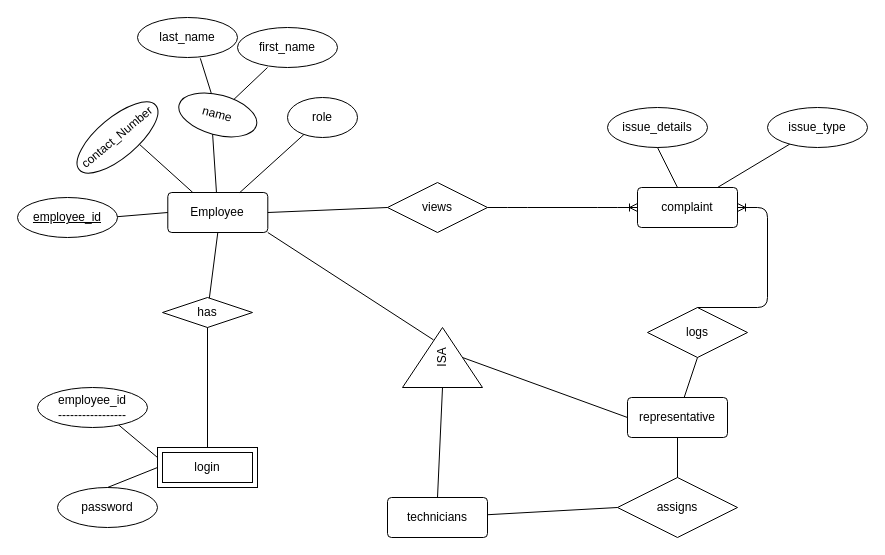
Earlier version of the draw.io diagram Employee entity.drawio (AnastassiaA/MicroStar-CableVision-Project-Code). Source tidied: cells renumbered, new cells numbered last; positions are measured from the earlier drawing's top-left corner, leaving out a move shared by most shapes. Both pictures are drawn from the tidied source at 100%, with x=0, y=0 at pixel (17, 17).
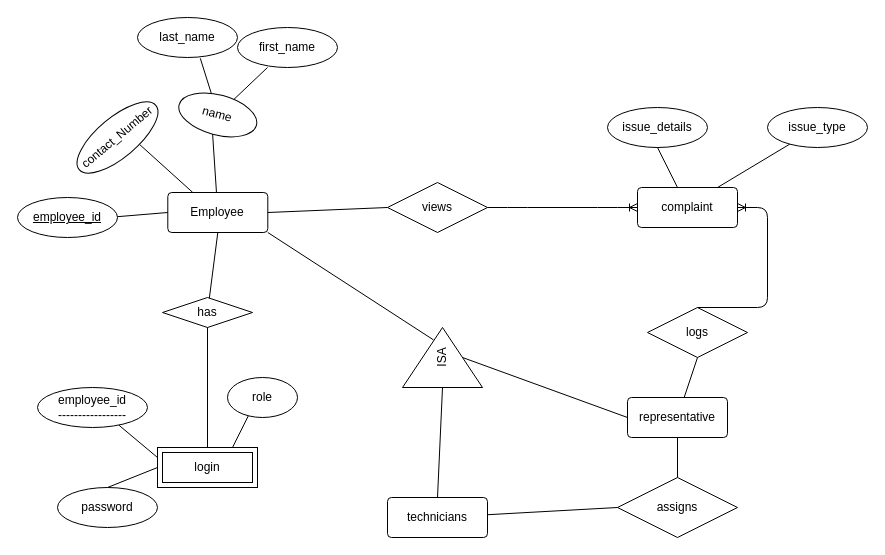
The same page after the edit.

Commit message (it also covers changes not shown here):
Corrected employee ERD with role and foreign key

Unchanged cells that the change refers to:
```xml
<mxCell id="2" value="Employee" style="rounded=1;arcSize=10;whiteSpace=wrap;html=1;align=center;" parent="1" vertex="1">
  <mxGeometry x="150.3" y="175" width="100" height="40" as="geometry" />
</mxCell>
<mxCell id="42" value="login" style="shape=ext;margin=3;double=1;whiteSpace=wrap;html=1;align=center;" parent="1" vertex="1">
  <mxGeometry x="140" y="430" width="100" height="40" as="geometry" />
</mxCell>
```

What changed in the source:
```diff
@@
-    <mxCell id="37" style="endArrow=none;html=1;" parent="1" edge="1" source="38" target="2">
-      <mxGeometry relative="1" as="geometry" />
+    <mxCell id="37" style="endArrow=none;html=1;entryX=0.75;entryY=0;entryDx=0;entryDy=0;" parent="1" edge="1" source="38" target="42">
+      <mxGeometry relative="1" as="geometry">
+        <Array as="points">
+          <mxPoint x="240" y="380" />
+        </Array>
+      </mxGeometry>
     </mxCell>
     <mxCell id="38" value="role" style="ellipse;whiteSpace=wrap;html=1;" parent="1" vertex="1">
-      <mxGeometry x="270" y="80" width="70" height="40" as="geometry" />
+      <mxGeometry x="210" y="360" width="70" height="40" as="geometry" />
     </mxCell>
```
